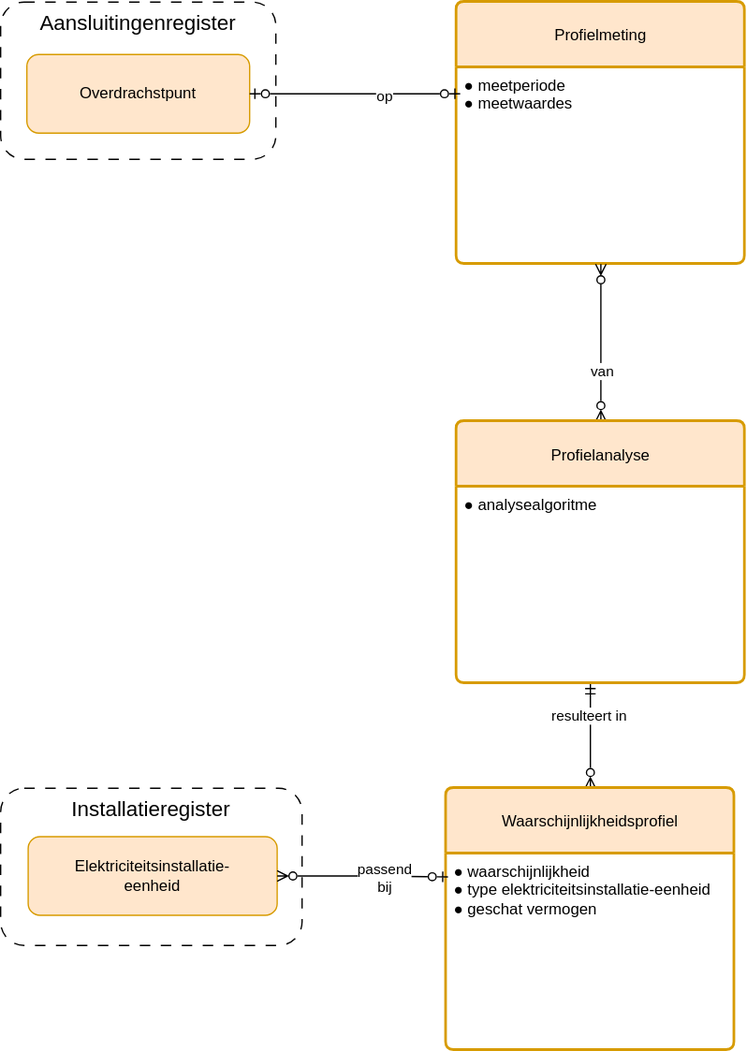
Before: registers/apparaatdetectieregister/1.0/apparaatdetectieregister.drawio.svg, a diagram exported from draw.io (Netbeheer-Nederland/stelsel). Source tidied: cells renumbered, new cells last; positions are measured from the earlier drawing's top-left corner, leaving out a move shared by most shapes.
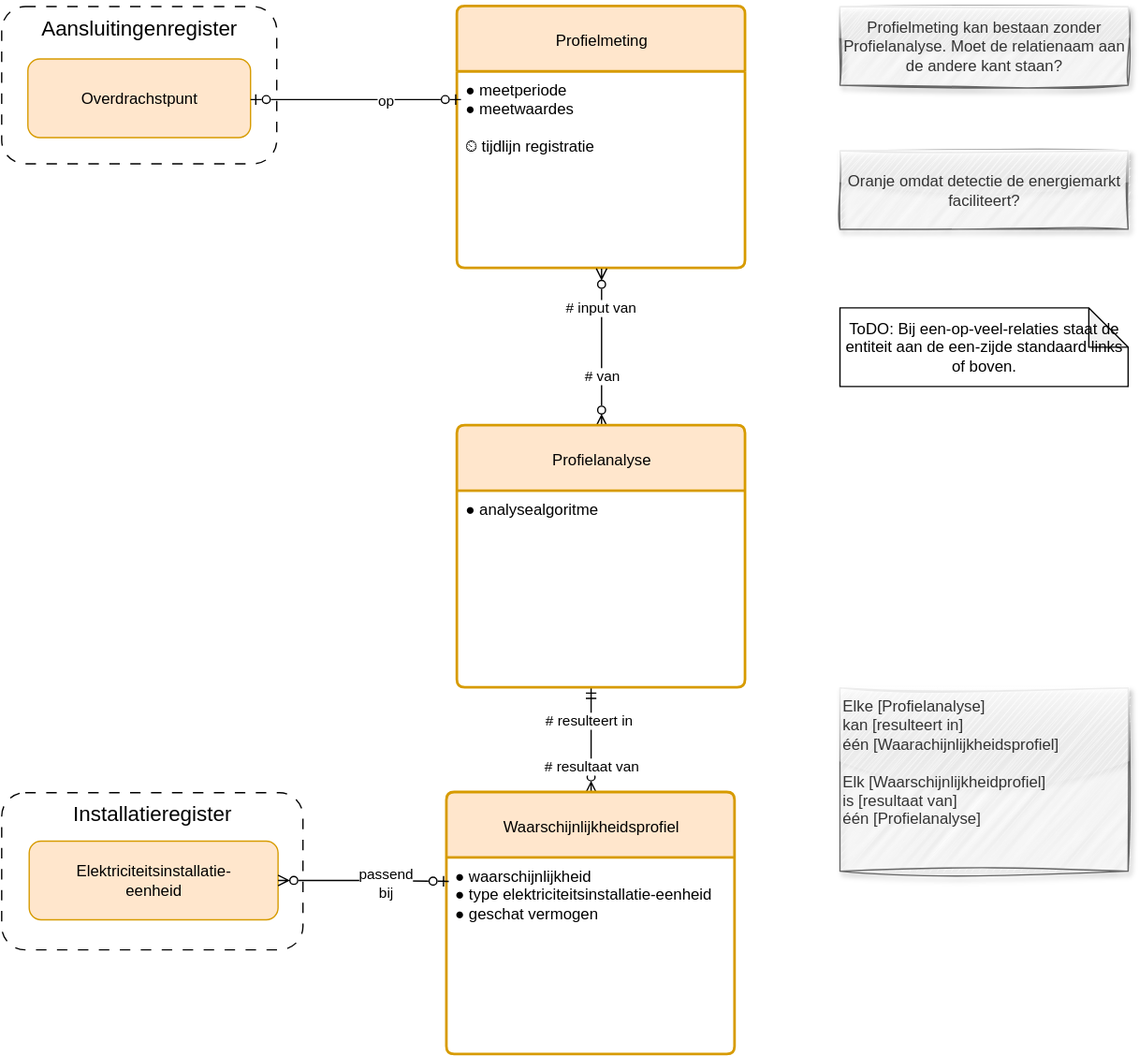
After the commit.

Commit message:
Update apparaatdetectieregister: relaties hernoemd.

Diff of the diagram source:
```diff
@@ -11,7 +11,7 @@
     <mxCell id="4" value="&lt;span style=&quot;font-size: 12px;&quot;&gt;Profielmeting&lt;/span&gt;" style="swimlane;horizontal=1;startSize=50;rounded=1;fontSize=14;fontStyle=0;strokeWidth=2;shadow=0;dashed=0;align=center;arcSize=4;whiteSpace=wrap;html=1;fillColor=#ffe6cc;strokeColor=#d79b00;" parent="1" vertex="1">
       <mxGeometry x="348" width="220" height="200" as="geometry" />
     </mxCell>
-    <mxCell id="5" value="&lt;div&gt;● meetperiode&lt;/div&gt;&lt;div&gt;● meetwaardes&lt;/div&gt;" style="align=left;strokeColor=none;fillColor=none;spacingLeft=4;fontSize=12;verticalAlign=top;html=1;" parent="4" vertex="1">
+    <mxCell id="5" value="&lt;div&gt;● meetperiode&lt;/div&gt;&lt;div&gt;● meetwaardes&lt;/div&gt;&lt;div&gt;&lt;br&gt;&lt;/div&gt;&lt;div&gt;⏲ tijdlijn registratie&lt;/div&gt;" style="align=left;strokeColor=none;fillColor=none;spacingLeft=4;fontSize=12;verticalAlign=top;html=1;" parent="4" vertex="1">
       <mxGeometry y="50" width="220" height="150" as="geometry" />
     </mxCell>
     <mxCell id="6" value="Overdrachstpunt" style="rounded=1;whiteSpace=wrap;html=1;fillColor=#ffe6cc;strokeColor=#d79b00;" parent="1" vertex="1">
@@ -22,15 +22,18 @@
         <mxPoint x="450" y="520" as="targetPoint" />
       </mxGeometry>
     </mxCell>
-    <mxCell id="8" value="resulteert in" style="edgeLabel;html=1;align=center;verticalAlign=middle;" parent="7" vertex="1">
+    <mxCell id="8" value="# resulteert in" style="edgeLabel;html=1;align=center;verticalAlign=middle;" parent="7" vertex="1">
       <mxGeometry x="-0.53" y="2" relative="1" as="geometry">
         <mxPoint y="-37" as="offset" />
       </mxGeometry>
     </mxCell>
+    <mxCell id="20" value="# resultaat van" style="edgeLabel;html=1;align=center;verticalAlign=middle;" parent="7" vertex="1">
+      <mxGeometry x="-0.5" relative="1" as="geometry" />
+    </mxCell>
     <mxCell id="9" value="&lt;span style=&quot;font-size: 12px;&quot;&gt;Waarschijnlijkheids&lt;/span&gt;&lt;span style=&quot;font-size: 12px; background-color: transparent; color: light-dark(rgb(0, 0, 0), rgb(255, 255, 255));&quot;&gt;profiel&lt;/span&gt;" style="swimlane;horizontal=1;startSize=50;rounded=1;fontSize=14;fontStyle=0;strokeWidth=2;shadow=0;dashed=0;align=center;arcSize=4;whiteSpace=wrap;html=1;fillColor=#ffe6cc;strokeColor=#d79b00;" parent="1" vertex="1">
       <mxGeometry x="340" y="600" width="220" height="200" as="geometry" />
     </mxCell>
-    <mxCell id="10" value="&lt;div&gt;&lt;span style=&quot;background-color: transparent; color: light-dark(rgb(0, 0, 0), rgb(255, 255, 255));&quot;&gt;●&amp;nbsp;&lt;/span&gt;&lt;span style=&quot;background-color: transparent; color: light-dark(rgb(0, 0, 0), rgb(255, 255, 255));&quot;&gt;waarschijnlijkheid&lt;/span&gt;&lt;/div&gt;&lt;div&gt;&lt;span style=&quot;background-color: transparent; color: light-dark(rgb(0, 0, 0), rgb(255, 255, 255));&quot;&gt;● type&amp;nbsp;&lt;/span&gt;&lt;span style=&quot;background-color: transparent; color: light-dark(rgb(0, 0, 0), rgb(255, 255, 255));&quot;&gt;elektriciteitsinstallatie-eenheid&lt;/span&gt;&lt;/div&gt;&lt;div&gt;● geschat vermogen&lt;/div&gt;&lt;div&gt;&lt;span style=&quot;color: light-dark(rgb(0, 0, 0), rgb(255, 255, 255)); background-color: transparent;&quot;&gt;&lt;strike&gt;&lt;br&gt;&lt;/strike&gt;&lt;/span&gt;&lt;/div&gt;&lt;div&gt;&lt;br&gt;&lt;/div&gt;" style="align=left;strokeColor=none;fillColor=none;spacingLeft=4;fontSize=12;verticalAlign=top;html=1;" parent="9" vertex="1">
+    <mxCell id="10" value="&lt;div&gt;&lt;span style=&quot;background-color: transparent; color: light-dark(rgb(0, 0, 0), rgb(255, 255, 255));&quot;&gt;●&amp;nbsp;&lt;/span&gt;&lt;span style=&quot;background-color: transparent; color: light-dark(rgb(0, 0, 0), rgb(255, 255, 255));&quot;&gt;waarschijnlijkheid&lt;/span&gt;&lt;/div&gt;&lt;div&gt;&lt;span style=&quot;background-color: transparent; color: light-dark(rgb(0, 0, 0), rgb(255, 255, 255));&quot;&gt;● type&amp;nbsp;&lt;/span&gt;&lt;span style=&quot;background-color: transparent; color: light-dark(rgb(0, 0, 0), rgb(255, 255, 255));&quot;&gt;elektriciteitsinstallatie-eenheid&lt;/span&gt;&lt;/div&gt;&lt;div&gt;● geschat vermogen&lt;/div&gt;&lt;div&gt;&lt;br&gt;&lt;/div&gt;" style="align=left;strokeColor=none;fillColor=none;spacingLeft=4;fontSize=12;verticalAlign=top;html=1;" parent="9" vertex="1">
       <mxGeometry y="50" width="220" height="150" as="geometry" />
     </mxCell>
     <mxCell id="11" value="Elektriciteitsinstallatie-&lt;div&gt;eenheid&lt;/div&gt;" style="rounded=1;whiteSpace=wrap;html=1;fillColor=#ffe6cc;strokeColor=#d79b00;" parent="1" vertex="1">
@@ -39,9 +42,14 @@
     <mxCell id="12" style="edgeStyle=orthogonalEdgeStyle;rounded=0;jettySize=auto;html=1;entryX=0.5;entryY=1;entryDx=0;entryDy=0;startArrow=ERzeroToMany;startFill=0;endArrow=ERzeroToMany;endFill=0;" parent="1" edge="1" source="14" target="4">
       <mxGeometry relative="1" as="geometry" />
     </mxCell>
-    <mxCell id="13" value="van" style="edgeLabel;html=1;align=center;verticalAlign=middle;" parent="12" vertex="1">
+    <mxCell id="13" value="# van" style="edgeLabel;html=1;align=center;verticalAlign=middle;" parent="12" vertex="1">
       <mxGeometry x="-0.35" relative="1" as="geometry" />
     </mxCell>
+    <mxCell id="21" value="# input van" style="edgeLabel;html=1;align=center;verticalAlign=middle;" parent="12" vertex="1">
+      <mxGeometry x="0.5" y="1" relative="1" as="geometry">
+        <mxPoint y="-1" as="offset" />
+      </mxGeometry>
+    </mxCell>
     <mxCell id="14" value="&lt;span style=&quot;font-size: 12px;&quot;&gt;Profielanalyse&lt;/span&gt;" style="swimlane;horizontal=1;startSize=50;rounded=1;fontSize=14;fontStyle=0;strokeWidth=2;shadow=0;dashed=0;align=center;arcSize=4;whiteSpace=wrap;html=1;fillColor=#ffe6cc;strokeColor=#d79b00;" parent="1" vertex="1">
       <mxGeometry x="348" y="320" width="220" height="200" as="geometry" />
     </mxCell>
@@ -60,5 +68,17 @@
     <mxCell id="19" value="op" style="edgeLabel;html=1;align=center;verticalAlign=middle;" parent="18" vertex="1">
       <mxGeometry x="0.27" y="-1" relative="1" as="geometry" />
     </mxCell>
+    <mxCell id="22" value="Profielmeting kan bestaan zonder Profielanalyse. Moet de relatienaam aan de andere kant staan?" style="rounded=0;whiteSpace=wrap;html=1;comic=0;sketch=1;curveFitting=1;jiggle=2;glass=1;shadow=1;fillColor=#f5f5f5;fontColor=#333333;strokeColor=#666666;" parent="1" vertex="1">
+      <mxGeometry x="640" width="220" height="60" as="geometry" />
+    </mxCell>
+    <mxCell id="23" value="Oranje omdat detectie de energiemarkt faciliteert?" style="rounded=0;whiteSpace=wrap;html=1;comic=0;glass=1;shadow=1;fillColor=#f5f5f5;strokeColor=#666666;sketch=1;curveFitting=1;jiggle=2;fontColor=#333333;" parent="1" vertex="1">
+      <mxGeometry x="640" y="110" width="220" height="60" as="geometry" />
+    </mxCell>
+    <mxCell id="24" value="ToDO: Bij een-op-veel-relaties staat de entiteit aan de een-zijde standaard links of boven." style="shape=note;whiteSpace=wrap;html=1;backgroundOutline=1;darkOpacity=0.05;" parent="1" vertex="1">
+      <mxGeometry x="640" y="230" width="220" height="60" as="geometry" />
+    </mxCell>
+    <mxCell id="25" value="Elke [Profielanalyse]&lt;div&gt;kan [resulteert in]&lt;/div&gt;&lt;div style=&quot;&quot;&gt;één [Waarachijnlijkheidsprofiel]&lt;/div&gt;&lt;div style=&quot;&quot;&gt;&lt;br&gt;&lt;/div&gt;&lt;div style=&quot;&quot;&gt;Elk [Waarschijnlijkheidprofiel]&lt;/div&gt;&lt;div style=&quot;&quot;&gt;is [resultaat van]&lt;/div&gt;&lt;div style=&quot;&quot;&gt;één [Profielanalyse]&lt;/div&gt;" style="rounded=0;whiteSpace=wrap;html=1;comic=0;sketch=1;curveFitting=1;jiggle=2;glass=1;shadow=1;fillColor=#f5f5f5;fontColor=#333333;strokeColor=#666666;align=left;verticalAlign=top;" parent="1" vertex="1">
+      <mxGeometry x="640" y="520" width="220" height="140" as="geometry" />
+    </mxCell>
   </root>
 </mxGraphModel>
```
